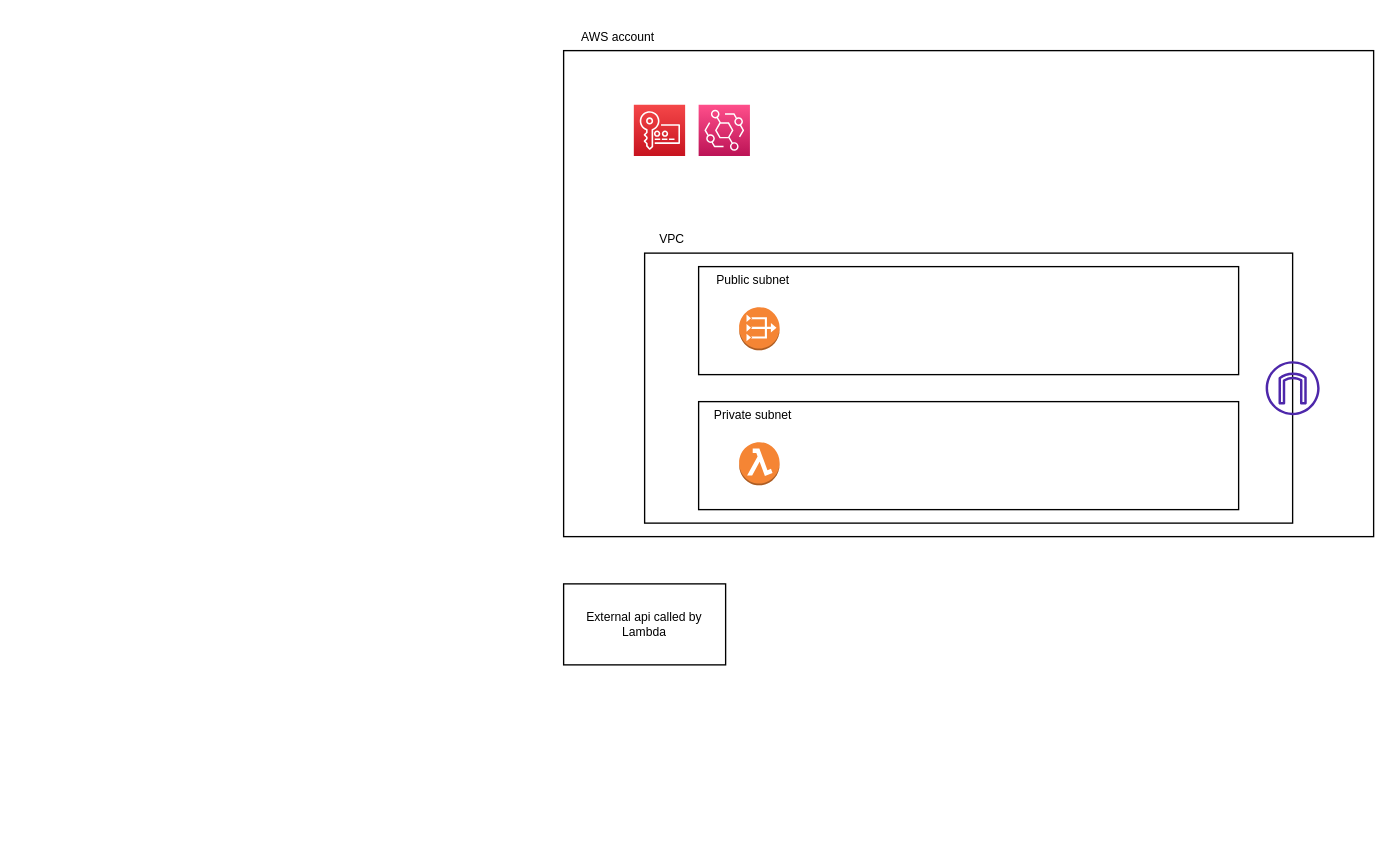
Thomas-mcinally/Kraken-DCA keeps this draw.io diagram as Architecture.drawio. Above is the earlier version. Source tidied: cells renumbered, new cells numbered last; positions are measured from the earlier drawing's top-left corner, leaving out a move shared by most shapes. Both pictures are drawn from the tidied source at 135%, with x=0, y=0 at pixel (563, 23).
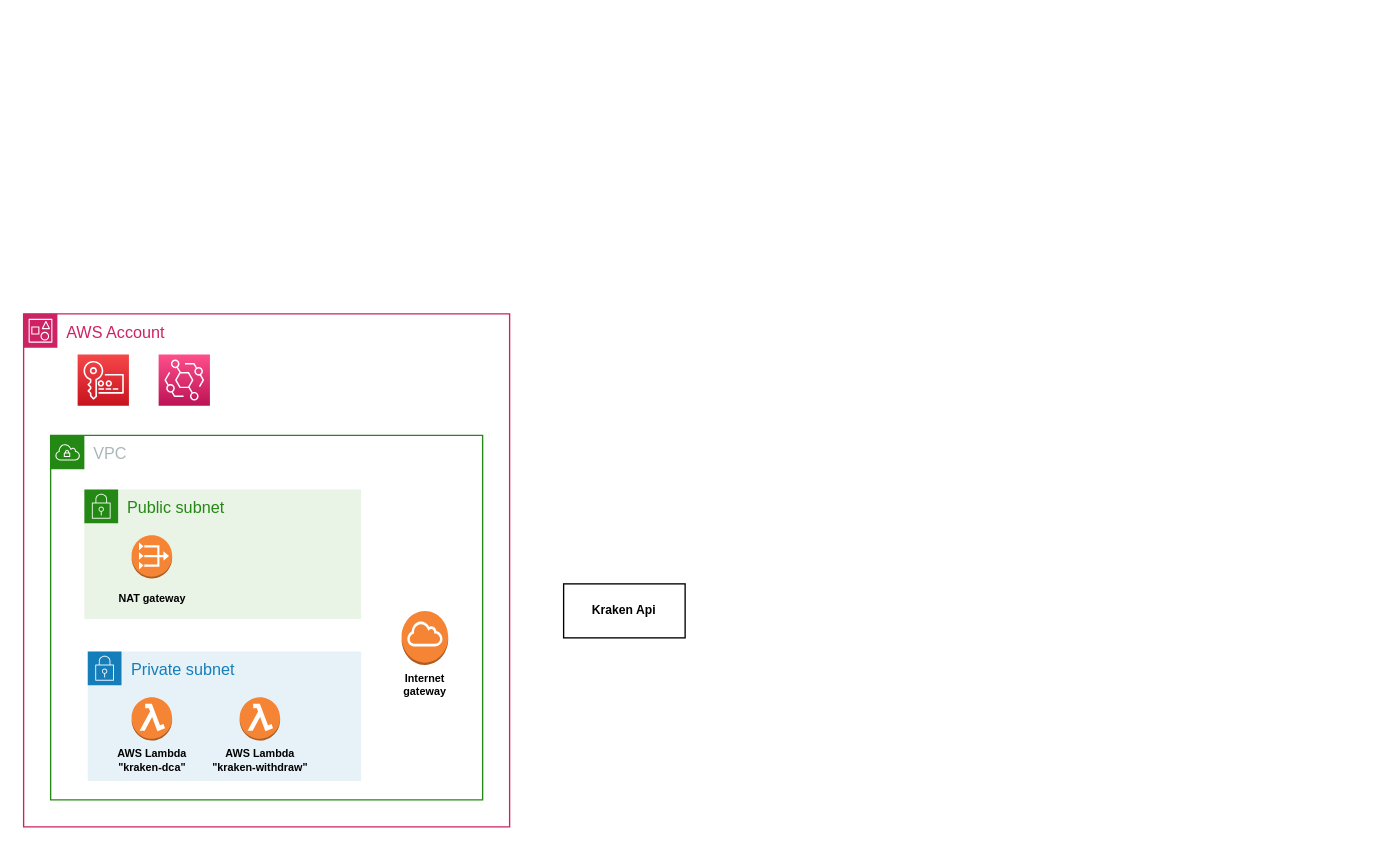
Above is the later version.

Commit message:
update systems diagram

What changed in the source:
```diff
@@
 <mxGraphModel>
   <root>
     <mxCell id="0" />
     <mxCell id="1" parent="0" />
-    <mxCell id="2" style="rounded=0;whiteSpace=wrap;html=1;" parent="1" vertex="1">
-      <mxGeometry y="20" width="600" height="360" as="geometry" />
-    </mxCell>
-    <mxCell id="3" style="rounded=0;whiteSpace=wrap;html=1;" parent="1" vertex="1">
-      <mxGeometry x="60" y="170" width="480" height="200" as="geometry" />
-    </mxCell>
-    <mxCell id="4" style="rounded=0;whiteSpace=wrap;html=1;" parent="1" vertex="1">
-      <mxGeometry x="100" y="180" width="400" height="80" as="geometry" />
-    </mxCell>
-    <mxCell id="5" style="rounded=0;whiteSpace=wrap;html=1;" parent="1" vertex="1">
-      <mxGeometry x="100" y="280" width="400" height="80" as="geometry" />
-    </mxCell>
-    <mxCell id="6" style="sketch=0;fontColor=#232F3E;gradientColor=none;fillColor=#4D27AA;strokeColor=none;dashed=0;verticalLabelPosition=bottom;verticalAlign=top;align=center;html=1;fontSize=12;fontStyle=0;shape=mxgraph.aws4.internet_gateway;" parent="1" vertex="1">
-      <mxGeometry x="520" y="250" width="40" height="40" as="geometry" />
-    </mxCell>
-    <mxCell id="7" value="AWS account" style="text;html=1;align=center;verticalAlign=middle;strokeColor=none;fillColor=none;fontSize=9;" parent="1" vertex="1">
-      <mxGeometry width="80" height="20" as="geometry" />
-    </mxCell>
+    <mxCell id="16" value="AWS Account" style="gradientColor=none;html=1;whiteSpace=wrap;fontSize=12;fontStyle=0;shape=mxgraph.aws4.group;grIcon=mxgraph.aws4.group_account;strokeColor=#CD2264;fillColor=none;verticalAlign=top;align=left;spacingLeft=30;fontColor=#CD2264;dashed=0;" parent="1" vertex="1">
+      <mxGeometry x="-400" y="215" width="360" height="380" as="geometry" />
+    </mxCell>
-    <mxCell id="8" value="VPC" style="text;html=1;align=center;verticalAlign=middle;strokeColor=none;fillColor=none;fontSize=9;" parent="1" vertex="1">
-      <mxGeometry x="60" y="150" width="40" height="20" as="geometry" />
+    <mxCell id="8" value="VPC" style="gradientColor=none;html=1;whiteSpace=wrap;fontSize=12;fontStyle=0;shape=mxgraph.aws4.group;grIcon=mxgraph.aws4.group_vpc;strokeColor=#248814;fillColor=none;verticalAlign=top;align=left;spacingLeft=30;fontColor=#AAB7B8;dashed=0;" parent="16" vertex="1">
+      <mxGeometry x="20" y="90" width="320" height="270" as="geometry" />
     </mxCell>
-    <mxCell id="9" value="Public subnet" style="text;html=1;align=center;verticalAlign=middle;strokeColor=none;fillColor=none;fontSize=9;" parent="1" vertex="1">
-      <mxGeometry x="100" y="180" width="80" height="20" as="geometry" />
+    <mxCell id="9" value="Public subnet" style="gradientColor=none;html=1;whiteSpace=wrap;fontSize=12;fontStyle=0;shape=mxgraph.aws4.group;grIcon=mxgraph.aws4.group_security_group;grStroke=0;strokeColor=#248814;fillColor=#E9F3E6;verticalAlign=top;align=left;spacingLeft=30;fontColor=#248814;dashed=0;" parent="8" vertex="1">
+      <mxGeometry x="25" y="40" width="205" height="96" as="geometry" />
     </mxCell>
+    <mxCell id="11" style="dashed=0;verticalLabelPosition=bottom;verticalAlign=top;align=center;html=1;shape=mxgraph.aws3.vpc_nat_gateway;fillColor=#F58534;gradientColor=none;fontSize=9;" parent="9" vertex="1">
+      <mxGeometry x="35" y="34" width="30" height="32" as="geometry" />
+    </mxCell>
+    <mxCell id="17" value="&lt;b&gt;NAT gateway&lt;br&gt;&lt;/b&gt;" style="text;html=1;align=center;verticalAlign=middle;strokeColor=none;fillColor=none;fontSize=8;" parent="9" vertex="1">
+      <mxGeometry x="15" y="71" width="70" height="20" as="geometry" />
+    </mxCell>
-    <mxCell id="10" value="Private subnet" style="text;html=1;align=center;verticalAlign=middle;strokeColor=none;fillColor=none;fontSize=9;" parent="1" vertex="1">
-      <mxGeometry x="100" y="280" width="80" height="20" as="geometry" />
+    <mxCell id="10" value="Private subnet" style="gradientColor=none;html=1;whiteSpace=wrap;fontSize=12;fontStyle=0;shape=mxgraph.aws4.group;grIcon=mxgraph.aws4.group_security_group;grStroke=0;strokeColor=#147EBA;fillColor=#E6F2F8;verticalAlign=top;align=left;spacingLeft=30;fontColor=#147EBA;dashed=0;" parent="8" vertex="1">
+      <mxGeometry x="27.5" y="160" width="202.5" height="96" as="geometry" />
     </mxCell>
-    <mxCell id="11" style="dashed=0;verticalLabelPosition=bottom;verticalAlign=top;align=center;html=1;shape=mxgraph.aws3.vpc_nat_gateway;fillColor=#F58534;gradientColor=none;fontSize=9;" parent="1" vertex="1">
-      <mxGeometry x="130" y="210" width="30" height="32" as="geometry" />
-    </mxCell>
-    <mxCell id="12" style="dashed=0;verticalLabelPosition=bottom;verticalAlign=top;align=center;html=1;shape=mxgraph.aws3.lambda_function;fillColor=#F58534;gradientColor=none;fontSize=9;" parent="1" vertex="1">
-      <mxGeometry x="130" y="310" width="30" height="32" as="geometry" />
+    <mxCell id="12" style="dashed=0;verticalLabelPosition=bottom;verticalAlign=top;align=center;html=1;shape=mxgraph.aws3.lambda_function;fillColor=#F58534;gradientColor=none;fontSize=9;" parent="10" vertex="1">
+      <mxGeometry x="32.5" y="34" width="30" height="32" as="geometry" />
     </mxCell>
+    <mxCell id="18" value="&lt;b&gt;AWS Lambda&lt;br&gt;&quot;kraken-dca&quot;&lt;br&gt;&lt;/b&gt;" style="text;html=1;align=center;verticalAlign=middle;strokeColor=none;fillColor=none;fontSize=8;" parent="10" vertex="1">
+      <mxGeometry x="12.5" y="66" width="70" height="30" as="geometry" />
+    </mxCell>
+    <mxCell id="19" style="dashed=0;verticalLabelPosition=bottom;verticalAlign=top;align=center;html=1;shape=mxgraph.aws3.lambda_function;fillColor=#F58534;gradientColor=none;fontSize=9;" parent="10" vertex="1">
+      <mxGeometry x="112.5" y="34" width="30" height="32" as="geometry" />
+    </mxCell>
+    <mxCell id="20" value="&lt;b&gt;AWS Lambda&lt;br&gt;&quot;kraken-withdraw&quot;&lt;br&gt;&lt;/b&gt;" style="text;html=1;align=center;verticalAlign=middle;strokeColor=none;fillColor=none;fontSize=8;" parent="10" vertex="1">
+      <mxGeometry x="82.5" y="66" width="90" height="30" as="geometry" />
+    </mxCell>
+    <mxCell id="21" style="dashed=0;verticalLabelPosition=bottom;verticalAlign=top;align=center;html=1;shape=mxgraph.aws3.internet_gateway;fillColor=#F58534;gradientColor=none;strokeColor=#CC0066;" parent="8" vertex="1">
+      <mxGeometry x="260" y="130" width="34.5" height="40" as="geometry" />
+    </mxCell>
+    <mxCell id="22" value="&lt;b style=&quot;font-size: 8px;&quot;&gt;&lt;font style=&quot;font-size: 8px;&quot;&gt;Internet &lt;br style=&quot;font-size: 8px;&quot;&gt;gateway&lt;/font&gt;&lt;/b&gt;" style="text;html=1;align=center;verticalAlign=middle;strokeColor=none;fillColor=none;fontSize=8;" parent="8" vertex="1">
+      <mxGeometry x="247.2" y="170" width="60" height="30" as="geometry" />
+    </mxCell>
-    <mxCell id="13" style="sketch=0;fontColor=#232F3E;gradientColor=#F54749;gradientDirection=north;fillColor=#C7131F;strokeColor=#ffffff;dashed=0;verticalLabelPosition=bottom;verticalAlign=top;align=center;html=1;fontSize=12;fontStyle=0;shape=mxgraph.aws4.resourceIcon;resIcon=mxgraph.aws4.key_management_service;" parent="1" vertex="1">
-      <mxGeometry x="52" y="60" width="38" height="38" as="geometry" />
+    <mxCell id="13" style="sketch=0;fontColor=#232F3E;gradientColor=#F54749;gradientDirection=north;fillColor=#C7131F;strokeColor=#ffffff;dashed=0;verticalLabelPosition=bottom;verticalAlign=top;align=center;html=1;fontSize=12;fontStyle=0;shape=mxgraph.aws4.resourceIcon;resIcon=mxgraph.aws4.key_management_service;" parent="16" vertex="1">
+      <mxGeometry x="40" y="30" width="38" height="38" as="geometry" />
     </mxCell>
-    <mxCell id="14" style="sketch=0;fontColor=#232F3E;gradientColor=#FF4F8B;gradientDirection=north;fillColor=#BC1356;strokeColor=#ffffff;dashed=0;verticalLabelPosition=bottom;verticalAlign=top;align=center;html=1;fontSize=12;fontStyle=0;shape=mxgraph.aws4.resourceIcon;resIcon=mxgraph.aws4.eventbridge;" parent="1" vertex="1">
-      <mxGeometry x="100" y="60" width="38" height="38" as="geometry" />
+    <mxCell id="14" style="sketch=0;fontColor=#232F3E;gradientColor=#FF4F8B;gradientDirection=north;fillColor=#BC1356;strokeColor=#ffffff;dashed=0;verticalLabelPosition=bottom;verticalAlign=top;align=center;html=1;fontSize=12;fontStyle=0;shape=mxgraph.aws4.resourceIcon;resIcon=mxgraph.aws4.eventbridge;" parent="16" vertex="1">
+      <mxGeometry x="100" y="30" width="38" height="38" as="geometry" />
     </mxCell>
-    <mxCell id="15" value="External api called by Lambda" style="rounded=0;whiteSpace=wrap;html=1;fontSize=9;" parent="1" vertex="1">
-      <mxGeometry y="415" width="120" height="60" as="geometry" />
+    <mxCell id="15" value="&lt;b&gt;Kraken Api&lt;/b&gt;" style="rounded=0;whiteSpace=wrap;html=1;fontSize=9;" parent="1" vertex="1">
+      <mxGeometry y="415" width="90" height="40" as="geometry" />
     </mxCell>
   </root>
 </mxGraphModel>
```
